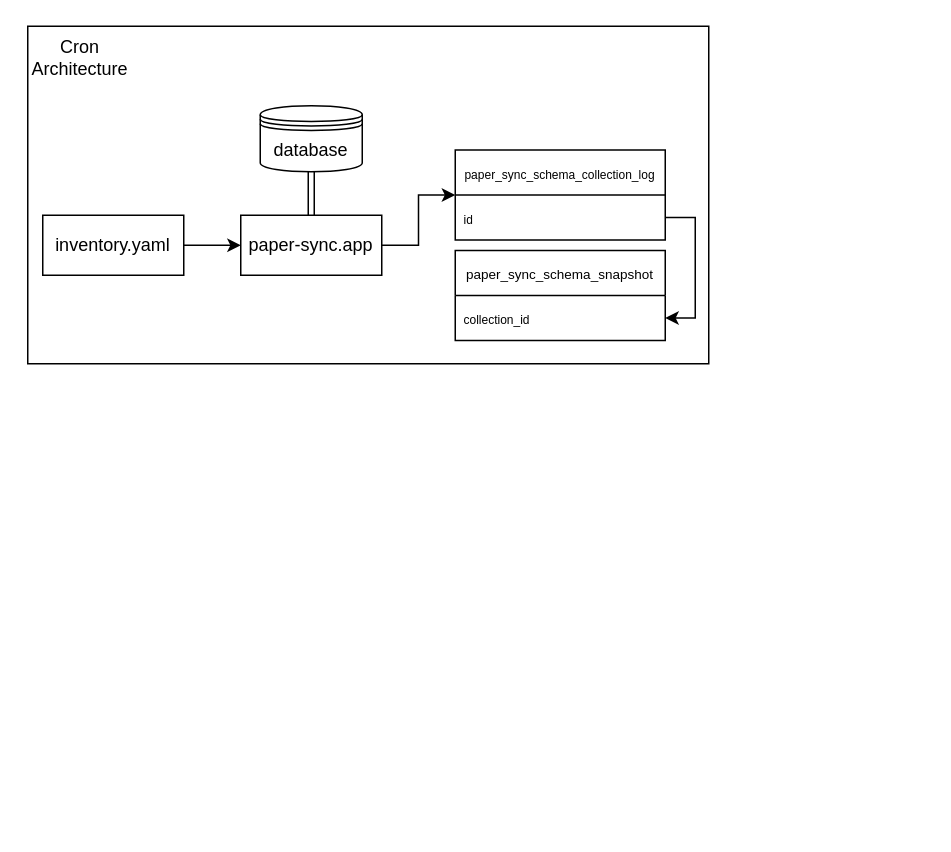
This is paper-sync.drawio from mohamadfhatir/diagram, a draw.io file, before an edit. Source tidied: cells renumbered, new cells numbered last; positions are measured from the earlier drawing's top-left corner, leaving out a move shared by most shapes. Both pictures are drawn from the tidied source at 150%, with x=0, y=0 at pixel (27, 26).
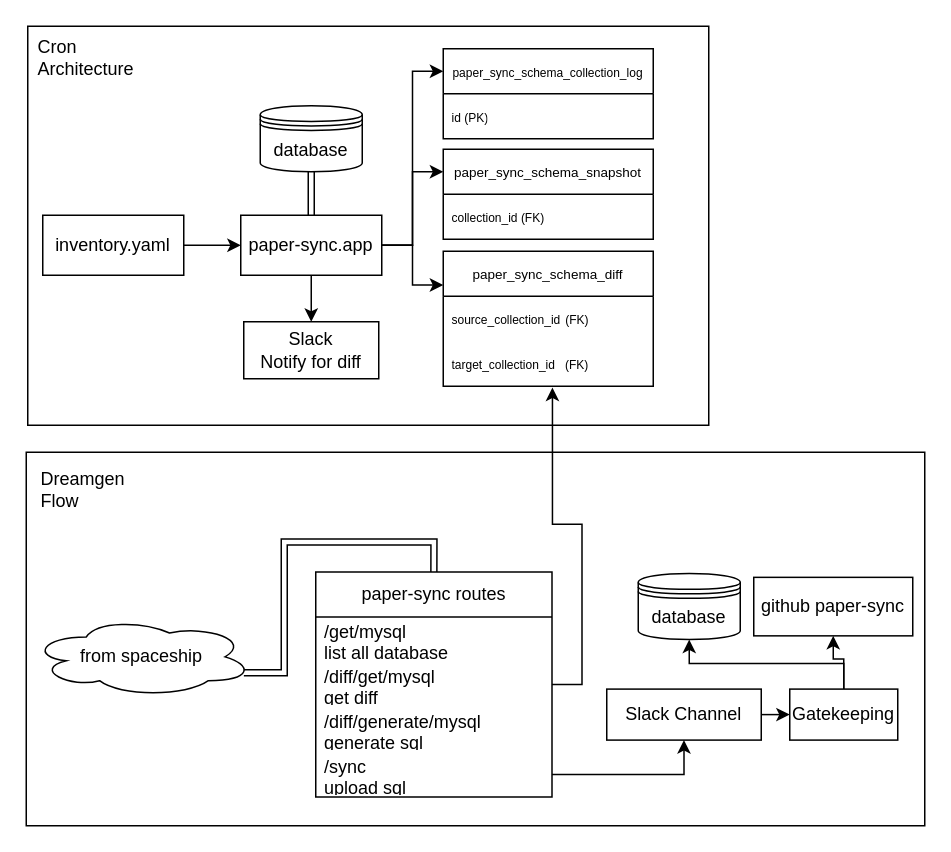
The same page after the edit.

The change refers to these unchanged cells:
```xml
<mxCell id="6" value="paper-sync.app" style="rounded=0;whiteSpace=wrap;html=1;" parent="1" vertex="1">
  <mxGeometry x="142" y="126" width="94" height="40" as="geometry" />
</mxCell>
```

Diff of the diagram source:
```diff
@@
     <mxCell id="2" style="rounded=0;whiteSpace=wrap;html=1;" parent="1" vertex="1">
-      <mxGeometry width="454" height="225" as="geometry" />
+      <mxGeometry width="454" height="266" as="geometry" />
     </mxCell>
@@
+    <mxCell id="15" style="edgeStyle=orthogonalEdgeStyle;rounded=0;jettySize=auto;html=1;exitX=0.5;exitY=1;exitDx=0;exitDy=0;entryX=0.5;entryY=0;entryDx=0;entryDy=0;" parent="1" edge="1" source="6" target="36">
+      <mxGeometry relative="1" as="geometry" />
+    </mxCell>
-    <mxCell id="5" style="edgeStyle=orthogonalEdgeStyle;rounded=0;jettySize=auto;html=1;exitX=1;exitY=0.5;exitDx=0;exitDy=0;" parent="1" edge="1" source="6" target="9">
+    <mxCell id="5" style="edgeStyle=orthogonalEdgeStyle;rounded=0;jettySize=auto;html=1;exitX=1;exitY=0.5;exitDx=0;exitDy=0;entryX=0;entryY=0.25;entryDx=0;entryDy=0;" parent="1" edge="1" source="6" target="9">
       <mxGeometry relative="1" as="geometry" />
     </mxCell>
+    <mxCell id="16" style="edgeStyle=orthogonalEdgeStyle;rounded=0;jettySize=auto;html=1;exitX=1;exitY=0.5;exitDx=0;exitDy=0;entryX=0;entryY=0.25;entryDx=0;entryDy=0;" parent="1" edge="1" source="6" target="11">
+      <mxGeometry relative="1" as="geometry" />
+    </mxCell>
+    <mxCell id="17" style="edgeStyle=orthogonalEdgeStyle;rounded=0;jettySize=auto;html=1;exitX=1;exitY=0.5;exitDx=0;exitDy=0;entryX=0;entryY=0.25;entryDx=0;entryDy=0;" parent="1" edge="1" source="6" target="37">
+      <mxGeometry relative="1" as="geometry" />
+    </mxCell>
@@
     <mxCell id="9" value="&lt;span&gt;&lt;/span&gt;&lt;span&gt;&lt;/span&gt;&lt;span style=&quot;white-space-collapse: preserve;&quot;&gt;&lt;font style=&quot;font-size: 8px;&quot;&gt;paper_sync_schema_collection_log&lt;/font&gt;&lt;/span&gt;" style="swimlane;fontStyle=0;horizontal=1;startSize=30;whiteSpace=wrap;html=1;" parent="1" vertex="1">
-      <mxGeometry x="285" y="82.5" width="140" height="60" as="geometry" />
+      <mxGeometry x="277" y="15" width="140" height="60" as="geometry" />
     </mxCell>
-    <mxCell id="10" value="&lt;span&gt;&lt;/span&gt;&lt;span&gt;&lt;/span&gt;&lt;span style=&quot;white-space-collapse: preserve;&quot;&gt;&lt;font style=&quot;font-size: 8px;&quot;&gt;id&lt;/font&gt;&lt;/span&gt;" style="text;strokeColor=none;fillColor=none;align=left;verticalAlign=middle;spacingLeft=4;spacingRight=4;overflow=hidden;points=[[0,0.5],[1,0.5]];portConstraint=eastwest;whiteSpace=wrap;html=1;" parent="9" vertex="1">
+    <mxCell id="10" value="&lt;span&gt;&lt;/span&gt;&lt;span&gt;&lt;/span&gt;&lt;span style=&quot;white-space-collapse: preserve;&quot;&gt;&lt;font style=&quot;font-size: 8px;&quot;&gt;id (PK)&lt;/font&gt;&lt;/span&gt;" style="text;strokeColor=none;fillColor=none;align=left;verticalAlign=middle;spacingLeft=4;spacingRight=4;overflow=hidden;points=[[0,0.5],[1,0.5]];portConstraint=eastwest;whiteSpace=wrap;html=1;" parent="9" vertex="1">
       <mxGeometry y="30" width="140" height="30" as="geometry" />
     </mxCell>
     <mxCell id="11" value="&lt;span&gt;&lt;/span&gt;&lt;span&gt;&lt;/span&gt;&lt;span&gt;&lt;/span&gt;&lt;span style=&quot;white-space-collapse: preserve;&quot;&gt;&lt;font style=&quot;font-size: 9px;&quot;&gt;paper_sync_schema_snapshot&lt;/font&gt;&lt;/span&gt;" style="swimlane;fontStyle=0;horizontal=1;startSize=30;whiteSpace=wrap;html=1;" parent="1" vertex="1">
-      <mxGeometry x="285" y="149.5" width="140" height="60" as="geometry" />
+      <mxGeometry x="277" y="82" width="140" height="60" as="geometry" />
     </mxCell>
-    <mxCell id="12" value="&lt;span&gt;&lt;/span&gt;&lt;span&gt;&lt;/span&gt;&lt;span&gt;&lt;/span&gt;&lt;span style=&quot;white-space-collapse: preserve;&quot;&gt;&lt;font style=&quot;font-size: 8px;&quot;&gt;collection_id&lt;/font&gt;&lt;/span&gt;" style="text;strokeColor=none;fillColor=none;align=left;verticalAlign=middle;spacingLeft=4;spacingRight=4;overflow=hidden;points=[[0,0.5],[1,0.5]];portConstraint=eastwest;whiteSpace=wrap;html=1;" parent="11" vertex="1">
+    <mxCell id="12" value="&lt;span&gt;&lt;/span&gt;&lt;span&gt;&lt;/span&gt;&lt;span&gt;&lt;/span&gt;&lt;span style=&quot;white-space-collapse: preserve;&quot;&gt;&lt;font style=&quot;font-size: 8px;&quot;&gt;collection_id (FK)&lt;/font&gt;&lt;/span&gt;" style="text;strokeColor=none;fillColor=none;align=left;verticalAlign=middle;spacingLeft=4;spacingRight=4;overflow=hidden;points=[[0,0.5],[1,0.5]];portConstraint=eastwest;whiteSpace=wrap;html=1;" parent="11" vertex="1">
       <mxGeometry y="30" width="140" height="30" as="geometry" />
     </mxCell>
-    <mxCell id="13" style="edgeStyle=orthogonalEdgeStyle;rounded=0;jettySize=auto;html=1;exitX=1;exitY=0.5;exitDx=0;exitDy=0;entryX=1;entryY=0.5;entryDx=0;entryDy=0;" parent="1" edge="1" source="10" target="12">
-      <mxGeometry relative="1" as="geometry" />
-    </mxCell>
-    <mxCell id="14" value="Cron Architecture" style="text;html=1;align=center;verticalAlign=middle;whiteSpace=wrap;rounded=0;" parent="1" vertex="1">
+    <mxCell id="14" value="Cron Architecture" style="text;html=1;align=left;verticalAlign=middle;whiteSpace=wrap;rounded=0;" parent="1" vertex="1">
       <mxGeometry x="5" y="6" width="60" height="30" as="geometry" />
     </mxCell>
+    <mxCell id="18" style="group;" parent="1" vertex="1">
+      <mxGeometry x="-1" y="284" width="599" height="249" as="geometry" />
+    </mxCell>
+    <mxCell id="19" style="rounded=0;whiteSpace=wrap;html=1;" parent="18" vertex="1">
+      <mxGeometry width="599" height="249" as="geometry" />
+    </mxCell>
+    <mxCell id="20" style="edgeStyle=orthogonalEdgeStyle;rounded=0;jettySize=auto;html=1;exitX=0.96;exitY=0.7;exitDx=0;exitDy=0;exitPerimeter=0;entryX=0.5;entryY=0;entryDx=0;entryDy=0;shape=link;" parent="18" edge="1" source="21" target="22">
+      <mxGeometry relative="1" as="geometry" />
+    </mxCell>
+    <mxCell id="21" value="from spaceship" style="ellipse;shape=cloud;whiteSpace=wrap;html=1;" parent="18" vertex="1">
+      <mxGeometry x="3" y="109.9" width="148" height="53" as="geometry" />
+    </mxCell>
+    <mxCell id="22" value="paper-sync routes" style="swimlane;fontStyle=0;horizontal=1;startSize=30;whiteSpace=wrap;html=1;" parent="18" vertex="1">
+      <mxGeometry x="193" y="79.9" width="157.5" height="150" as="geometry" />
+    </mxCell>
+    <mxCell id="23" value="/get/mysql&lt;div&gt;list all database&lt;/div&gt;" style="text;strokeColor=none;fillColor=none;align=left;verticalAlign=middle;spacingLeft=4;spacingRight=4;overflow=hidden;whiteSpace=wrap;html=1;" parent="22" vertex="1">
+      <mxGeometry y="30" width="157.5" height="30" as="geometry" />
+    </mxCell>
+    <mxCell id="24" value="/diff/get/mysql&lt;div&gt;get diff&lt;/div&gt;" style="text;strokeColor=none;fillColor=none;align=left;verticalAlign=middle;spacingLeft=4;spacingRight=4;overflow=hidden;points=[[0,0.5],[1,0.5]];portConstraint=eastwest;whiteSpace=wrap;html=1;" parent="22" vertex="1">
+      <mxGeometry y="60" width="157.5" height="30" as="geometry" />
+    </mxCell>
+    <mxCell id="25" value="/diff/generate/mysql&lt;div&gt;generate sql&lt;/div&gt;" style="text;strokeColor=none;fillColor=none;align=left;verticalAlign=middle;spacingLeft=4;spacingRight=4;overflow=hidden;whiteSpace=wrap;html=1;" parent="22" vertex="1">
+      <mxGeometry y="90" width="157.5" height="30" as="geometry" />
+    </mxCell>
+    <mxCell id="26" value="/sync&lt;div&gt;upload sql&lt;/div&gt;" style="text;strokeColor=none;fillColor=none;align=left;verticalAlign=middle;spacingLeft=4;spacingRight=4;overflow=hidden;points=[[0,0.5],[1,0.5]];portConstraint=eastwest;whiteSpace=wrap;html=1;" parent="22" vertex="1">
+      <mxGeometry y="120" width="157.5" height="30" as="geometry" />
+    </mxCell>
+    <mxCell id="27" style="edgeStyle=orthogonalEdgeStyle;rounded=0;jettySize=auto;html=1;exitX=1;exitY=0.5;exitDx=0;exitDy=0;entryX=0;entryY=0.5;entryDx=0;entryDy=0;" parent="18" edge="1" source="28" target="34">
+      <mxGeometry relative="1" as="geometry" />
+    </mxCell>
+    <mxCell id="28" value="Slack Channel" style="rounded=0;whiteSpace=wrap;html=1;" parent="18" vertex="1">
+      <mxGeometry x="387" y="157.9" width="103" height="34" as="geometry" />
+    </mxCell>
+    <mxCell id="29" style="edgeStyle=orthogonalEdgeStyle;rounded=0;jettySize=auto;html=1;exitX=1;exitY=0.5;exitDx=0;exitDy=0;entryX=0.5;entryY=1;entryDx=0;entryDy=0;" parent="18" edge="1" source="26" target="28">
+      <mxGeometry relative="1" as="geometry" />
+    </mxCell>
+    <mxCell id="30" value="database" style="shape=datastore;whiteSpace=wrap;html=1;" parent="18" vertex="1">
+      <mxGeometry x="408" y="80.9" width="68" height="44" as="geometry" />
+    </mxCell>
+    <mxCell id="31" value="github paper-sync" style="rounded=0;whiteSpace=wrap;html=1;" parent="18" vertex="1">
+      <mxGeometry x="485" y="83.4" width="106" height="39" as="geometry" />
+    </mxCell>
+    <mxCell id="32" style="edgeStyle=orthogonalEdgeStyle;rounded=0;jettySize=auto;html=1;exitX=0.5;exitY=0;exitDx=0;exitDy=0;" parent="18" edge="1" source="34" target="31">
+      <mxGeometry relative="1" as="geometry" />
+    </mxCell>
+    <mxCell id="33" style="edgeStyle=orthogonalEdgeStyle;rounded=0;jettySize=auto;html=1;exitX=0.5;exitY=0;exitDx=0;exitDy=0;entryX=0.5;entryY=1;entryDx=0;entryDy=0;" parent="18" edge="1" source="34" target="30">
+      <mxGeometry relative="1" as="geometry">
+        <Array as="points">
+          <mxPoint x="527.5" y="140.9" />
+          <mxPoint x="424.5" y="140.9" />
+        </Array>
+      </mxGeometry>
+    </mxCell>
+    <mxCell id="34" value="Gatekeeping" style="rounded=0;whiteSpace=wrap;html=1;" parent="18" vertex="1">
+      <mxGeometry x="509" y="157.9" width="72" height="34" as="geometry" />
+    </mxCell>
+    <mxCell id="35" value="Dreamgen Flow" style="text;html=1;align=left;verticalAlign=middle;whiteSpace=wrap;rounded=0;" parent="18" vertex="1">
+      <mxGeometry x="8" y="10" width="60" height="30" as="geometry" />
+    </mxCell>
+    <mxCell id="36" value="Slack&lt;div&gt;Notify for diff&lt;/div&gt;" style="rounded=0;whiteSpace=wrap;html=1;" parent="1" vertex="1">
+      <mxGeometry x="144" y="197" width="90" height="38" as="geometry" />
+    </mxCell>
+    <mxCell id="37" value="&lt;span&gt;&lt;/span&gt;&lt;span&gt;&lt;/span&gt;&lt;span&gt;&lt;/span&gt;&lt;span style=&quot;white-space-collapse: preserve;&quot;&gt;&lt;font style=&quot;font-size: 9px;&quot;&gt;paper_sync_schema_diff&lt;/font&gt;&lt;/span&gt;" style="swimlane;fontStyle=0;horizontal=1;startSize=30;whiteSpace=wrap;html=1;" parent="1" vertex="1">
+      <mxGeometry x="277" y="150" width="140" height="90" as="geometry" />
+    </mxCell>
+    <mxCell id="38" value="&lt;span&gt;&lt;/span&gt;&lt;span style=&quot;font-size: 8px; white-space-collapse: preserve;&quot;&gt;source_collection_id&lt;/span&gt;&amp;nbsp;&lt;font style=&quot;font-size: 8px;&quot;&gt;(FK)&lt;/font&gt;" style="text;strokeColor=none;fillColor=none;align=left;verticalAlign=middle;spacingLeft=4;spacingRight=4;overflow=hidden;whiteSpace=wrap;html=1;" parent="37" vertex="1">
+      <mxGeometry y="30" width="140" height="30" as="geometry" />
+    </mxCell>
+    <mxCell id="39" value="&lt;span&gt;&lt;/span&gt;&lt;span style=&quot;font-size: 8px; white-space-collapse: preserve;&quot;&gt;target_collection_id&lt;/span&gt;&amp;nbsp; &lt;font style=&quot;font-size: 8px;&quot;&gt;(FK)&lt;/font&gt;" style="text;strokeColor=none;fillColor=none;align=left;verticalAlign=middle;spacingLeft=4;spacingRight=4;overflow=hidden;points=[[0,0.5],[1,0.5]];portConstraint=eastwest;whiteSpace=wrap;html=1;" parent="37" vertex="1">
+      <mxGeometry y="60" width="140" height="30" as="geometry" />
+    </mxCell>
+    <mxCell id="40" style="edgeStyle=orthogonalEdgeStyle;rounded=0;jettySize=auto;html=1;exitX=1;exitY=0.5;exitDx=0;exitDy=0;entryX=0.52;entryY=1.03;entryDx=0;entryDy=0;entryPerimeter=0;" parent="1" edge="1" source="24" target="39">
+      <mxGeometry relative="1" as="geometry" />
+    </mxCell>
```
